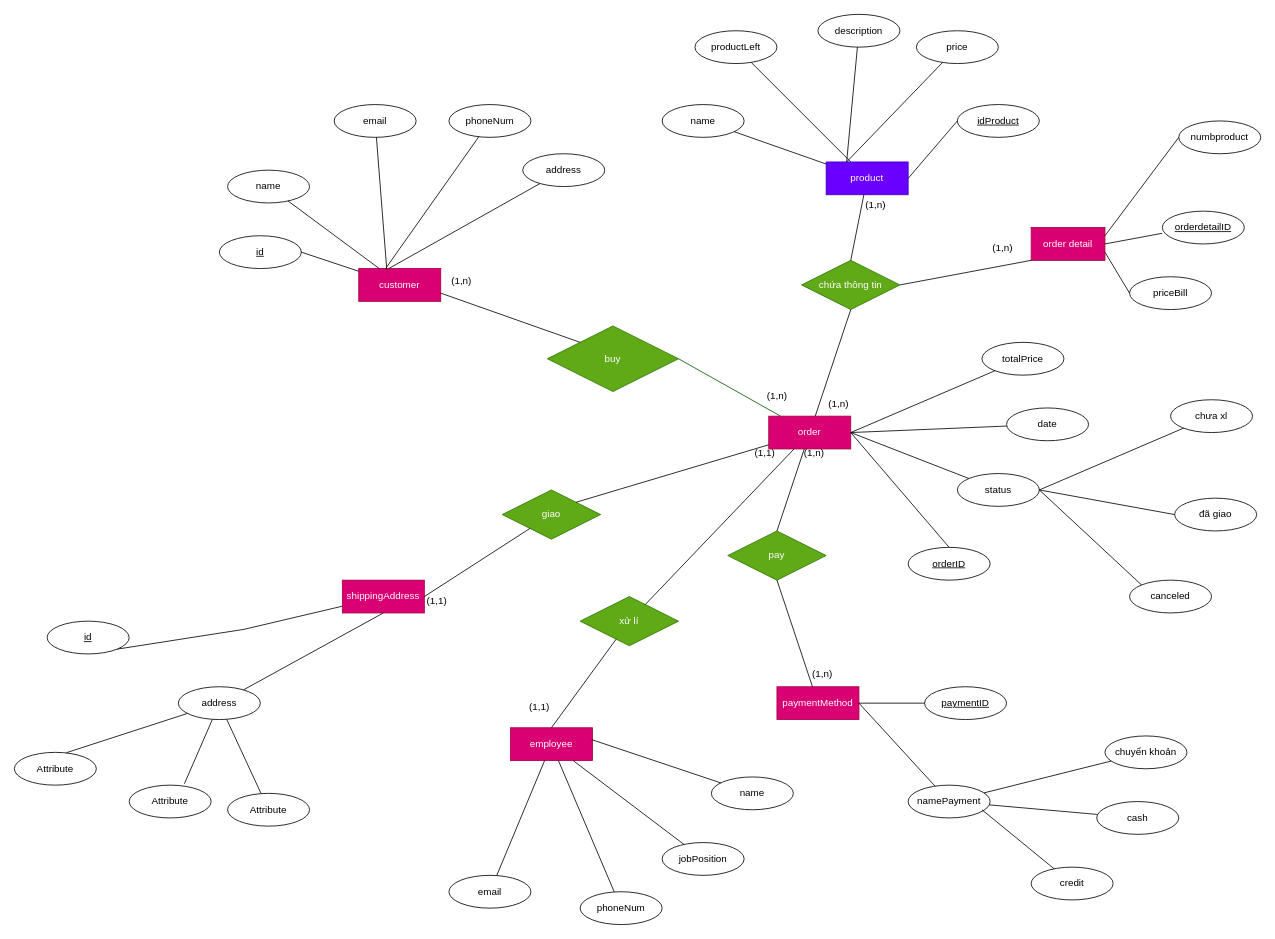
Earlier version of the draw.io diagram erd06.drawio (tiendat1631/erd_store). Source tidied: cells renumbered, new cells numbered last; positions are measured from the earlier drawing's top-left corner, leaving out a move shared by most shapes. Both pictures are drawn from the tidied source at 82%, with x=0, y=0 at pixel (14, 14).
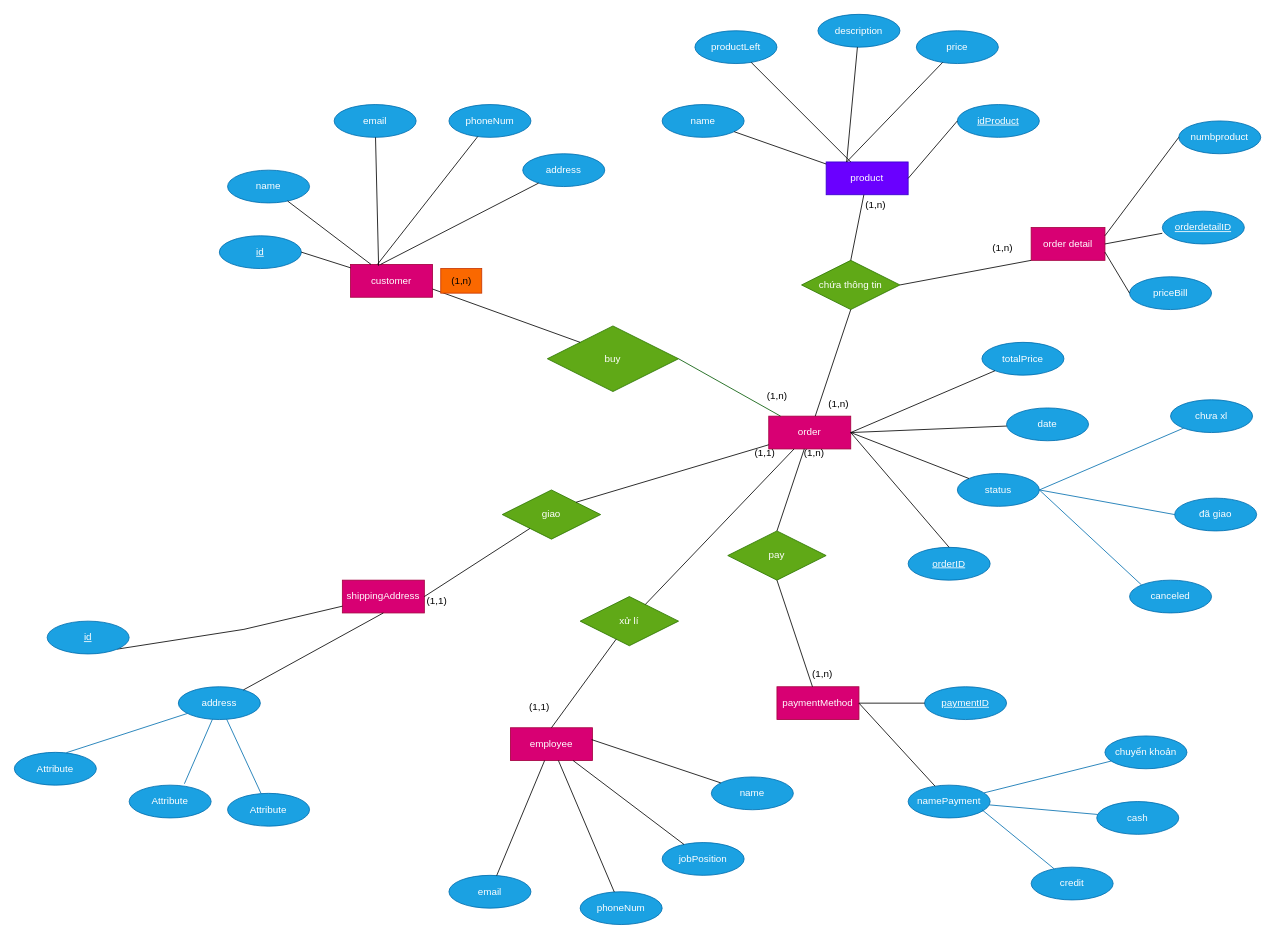
After the change.

What changed in the source:
```diff
@@
     <mxCell id="5" value="customer" style="whiteSpace=wrap;html=1;align=center;fillColor=#d80073;fontColor=#ffffff;strokeColor=#A50040;" parent="1" vertex="1">
-      <mxGeometry x="420" y="310" width="100" height="40" as="geometry" />
+      <mxGeometry x="410" y="305" width="100" height="40" as="geometry" />
     </mxCell>
@@
-    <mxCell id="9" value="id" style="ellipse;whiteSpace=wrap;html=1;align=center;fontStyle=4;" parent="1" vertex="1">
+    <mxCell id="9" value="id" style="ellipse;whiteSpace=wrap;html=1;align=center;fontStyle=4;fillColor=#1ba1e2;fontColor=#ffffff;strokeColor=#006EAF;" parent="1" vertex="1">
       <mxGeometry x="250" y="270" width="100" height="40" as="geometry" />
     </mxCell>
-    <mxCell id="10" value="phoneNum" style="ellipse;whiteSpace=wrap;html=1;align=center;" parent="1" vertex="1">
+    <mxCell id="10" value="phoneNum" style="ellipse;whiteSpace=wrap;html=1;align=center;fillColor=#1ba1e2;fontColor=#ffffff;strokeColor=#006EAF;" parent="1" vertex="1">
       <mxGeometry x="530" y="110" width="100" height="40" as="geometry" />
     </mxCell>
-    <mxCell id="11" value="name" style="ellipse;whiteSpace=wrap;html=1;align=center;" parent="1" vertex="1">
+    <mxCell id="11" value="name" style="ellipse;whiteSpace=wrap;html=1;align=center;fillColor=#1ba1e2;fontColor=#ffffff;strokeColor=#006EAF;" parent="1" vertex="1">
       <mxGeometry x="260" y="190" width="100" height="40" as="geometry" />
     </mxCell>
-    <mxCell id="12" value="email" style="ellipse;whiteSpace=wrap;html=1;align=center;" parent="1" vertex="1">
+    <mxCell id="12" value="email" style="ellipse;whiteSpace=wrap;html=1;align=center;fillColor=#1ba1e2;fontColor=#ffffff;strokeColor=#006EAF;" parent="1" vertex="1">
       <mxGeometry x="390" y="110" width="100" height="40" as="geometry" />
     </mxCell>
-    <mxCell id="13" value="address" style="ellipse;whiteSpace=wrap;html=1;align=center;" parent="1" vertex="1">
+    <mxCell id="13" value="address" style="ellipse;whiteSpace=wrap;html=1;align=center;fillColor=#1ba1e2;fontColor=#ffffff;strokeColor=#006EAF;" parent="1" vertex="1">
       <mxGeometry x="620" y="170" width="100" height="40" as="geometry" />
     </mxCell>
@@
-    <mxCell id="19" value="idProduct" style="ellipse;whiteSpace=wrap;html=1;align=center;fontStyle=4;" parent="1" vertex="1">
+    <mxCell id="19" value="idProduct" style="ellipse;whiteSpace=wrap;html=1;align=center;fontStyle=4;fillColor=#1ba1e2;fontColor=#ffffff;strokeColor=#006EAF;" parent="1" vertex="1">
       <mxGeometry x="1150" y="110" width="100" height="40" as="geometry" />
     </mxCell>
-    <mxCell id="20" value="price" style="ellipse;whiteSpace=wrap;html=1;align=center;" parent="1" vertex="1">
+    <mxCell id="20" value="price" style="ellipse;whiteSpace=wrap;html=1;align=center;fillColor=#1ba1e2;fontColor=#ffffff;strokeColor=#006EAF;" parent="1" vertex="1">
       <mxGeometry x="1100" y="20" width="100" height="40" as="geometry" />
     </mxCell>
-    <mxCell id="21" value="productLeft" style="ellipse;whiteSpace=wrap;html=1;align=center;" parent="1" vertex="1">
+    <mxCell id="21" value="productLeft" style="ellipse;whiteSpace=wrap;html=1;align=center;fillColor=#1ba1e2;fontColor=#ffffff;strokeColor=#006EAF;" parent="1" vertex="1">
       <mxGeometry x="830" y="20" width="100" height="40" as="geometry" />
     </mxCell>
-    <mxCell id="22" value="name" style="ellipse;whiteSpace=wrap;html=1;align=center;" parent="1" vertex="1">
+    <mxCell id="22" value="name" style="ellipse;whiteSpace=wrap;html=1;align=center;fillColor=#1ba1e2;fontColor=#ffffff;strokeColor=#006EAF;" parent="1" vertex="1">
       <mxGeometry x="790" y="110" width="100" height="40" as="geometry" />
     </mxCell>
-    <mxCell id="23" value="description" style="ellipse;whiteSpace=wrap;html=1;align=center;" parent="1" vertex="1">
+    <mxCell id="23" value="description" style="ellipse;whiteSpace=wrap;html=1;align=center;fillColor=#1ba1e2;fontColor=#ffffff;strokeColor=#006EAF;" parent="1" vertex="1">
       <mxGeometry x="980" width="100" height="40" as="geometry" />
     </mxCell>
@@
-    <mxCell id="29" value="orderID" style="ellipse;whiteSpace=wrap;html=1;align=center;fontStyle=4;" parent="1" vertex="1">
+    <mxCell id="29" value="orderID" style="ellipse;whiteSpace=wrap;html=1;align=center;fontStyle=4;fillColor=#1ba1e2;fontColor=#ffffff;strokeColor=#006EAF;" parent="1" vertex="1">
       <mxGeometry x="1090" y="650" width="100" height="40" as="geometry" />
     </mxCell>
-    <mxCell id="30" value="date" style="ellipse;whiteSpace=wrap;html=1;align=center;" parent="1" vertex="1">
+    <mxCell id="30" value="date" style="ellipse;whiteSpace=wrap;html=1;align=center;fillColor=#1ba1e2;fontColor=#ffffff;strokeColor=#006EAF;" parent="1" vertex="1">
       <mxGeometry x="1210" y="480" width="100" height="40" as="geometry" />
     </mxCell>
-    <mxCell id="31" value="status" style="ellipse;whiteSpace=wrap;html=1;align=center;" parent="1" vertex="1">
+    <mxCell id="31" value="status" style="ellipse;whiteSpace=wrap;html=1;align=center;fillColor=#1ba1e2;fontColor=#ffffff;strokeColor=#006EAF;" parent="1" vertex="1">
       <mxGeometry x="1150" y="560" width="100" height="40" as="geometry" />
     </mxCell>
-    <mxCell id="32" value="totalPrice" style="ellipse;whiteSpace=wrap;html=1;align=center;" parent="1" vertex="1">
+    <mxCell id="32" value="totalPrice" style="ellipse;whiteSpace=wrap;html=1;align=center;fillColor=#1ba1e2;fontColor=#ffffff;strokeColor=#006EAF;" parent="1" vertex="1">
       <mxGeometry x="1180" y="400" width="100" height="40" as="geometry" />
     </mxCell>
@@
-    <mxCell id="37" value="chưa xl" style="ellipse;whiteSpace=wrap;html=1;align=center;" parent="1" vertex="1">
+    <mxCell id="37" value="chưa xl" style="ellipse;whiteSpace=wrap;html=1;align=center;fillColor=#1ba1e2;fontColor=#ffffff;strokeColor=#006EAF;" parent="1" vertex="1">
       <mxGeometry x="1410" y="470" width="100" height="40" as="geometry" />
     </mxCell>
-    <mxCell id="38" value="canceled" style="ellipse;whiteSpace=wrap;html=1;align=center;" parent="1" vertex="1">
+    <mxCell id="38" value="canceled" style="ellipse;whiteSpace=wrap;html=1;align=center;fillColor=#1ba1e2;fontColor=#ffffff;strokeColor=#006EAF;" parent="1" vertex="1">
       <mxGeometry x="1360" y="690" width="100" height="40" as="geometry" />
     </mxCell>
-    <mxCell id="39" value="đã giao" style="ellipse;whiteSpace=wrap;html=1;align=center;" parent="1" vertex="1">
+    <mxCell id="39" value="đã giao" style="ellipse;whiteSpace=wrap;html=1;align=center;fillColor=#1ba1e2;fontColor=#ffffff;strokeColor=#006EAF;" parent="1" vertex="1">
       <mxGeometry x="1415" y="590" width="100" height="40" as="geometry" />
     </mxCell>
-    <mxCell id="40" style="endArrow=none;html=1;rounded=0;exitX=1;exitY=0.5;exitDx=0;exitDy=0;" parent="1" edge="1" source="31" target="37">
+    <mxCell id="40" style="endArrow=none;html=1;rounded=0;exitX=1;exitY=0.5;exitDx=0;exitDy=0;fillColor=#1ba1e2;strokeColor=#006EAF;" parent="1" edge="1" source="31" target="37">
       <mxGeometry relative="1" as="geometry" />
     </mxCell>
-    <mxCell id="41" style="endArrow=none;html=1;rounded=0;exitX=1;exitY=0.5;exitDx=0;exitDy=0;entryX=0;entryY=0;entryDx=0;entryDy=0;" parent="1" edge="1" source="31" target="38">
+    <mxCell id="41" style="endArrow=none;html=1;rounded=0;exitX=1;exitY=0.5;exitDx=0;exitDy=0;entryX=0;entryY=0;entryDx=0;entryDy=0;fillColor=#1ba1e2;strokeColor=#006EAF;" parent="1" edge="1" source="31" target="38">
       <mxGeometry relative="1" as="geometry" />
     </mxCell>
-    <mxCell id="42" style="endArrow=none;html=1;rounded=0;exitX=1;exitY=0.5;exitDx=0;exitDy=0;entryX=0;entryY=0.5;entryDx=0;entryDy=0;" parent="1" edge="1" source="31" target="39">
+    <mxCell id="42" style="endArrow=none;html=1;rounded=0;exitX=1;exitY=0.5;exitDx=0;exitDy=0;entryX=0;entryY=0.5;entryDx=0;entryDy=0;fillColor=#1ba1e2;strokeColor=#006EAF;" parent="1" edge="1" source="31" target="39">
       <mxGeometry relative="1" as="geometry" />
     </mxCell>
-    <mxCell id="43" value="paymentID" style="ellipse;whiteSpace=wrap;html=1;align=center;fontStyle=4;" parent="1" vertex="1">
+    <mxCell id="43" value="paymentID" style="ellipse;whiteSpace=wrap;html=1;align=center;fontStyle=4;fillColor=#1ba1e2;fontColor=#ffffff;strokeColor=#006EAF;" parent="1" vertex="1">
       <mxGeometry x="1110" y="820" width="100" height="40" as="geometry" />
     </mxCell>
-    <mxCell id="44" value="namePayment" style="ellipse;whiteSpace=wrap;html=1;align=center;" parent="1" vertex="1">
+    <mxCell id="44" value="namePayment" style="ellipse;whiteSpace=wrap;html=1;align=center;fillColor=#1ba1e2;fontColor=#ffffff;strokeColor=#006EAF;" parent="1" vertex="1">
       <mxGeometry x="1090" y="940" width="100" height="40" as="geometry" />
     </mxCell>
@@
-    <mxCell id="47" value="cash" style="ellipse;whiteSpace=wrap;html=1;align=center;" parent="1" vertex="1">
+    <mxCell id="47" value="cash" style="ellipse;whiteSpace=wrap;html=1;align=center;fillColor=#1ba1e2;fontColor=#ffffff;strokeColor=#006EAF;" parent="1" vertex="1">
       <mxGeometry x="1320" y="960" width="100" height="40" as="geometry" />
     </mxCell>
-    <mxCell id="48" value="chuyển khoản" style="ellipse;whiteSpace=wrap;html=1;align=center;" parent="1" vertex="1">
+    <mxCell id="48" value="chuyển khoản" style="ellipse;whiteSpace=wrap;html=1;align=center;fillColor=#1ba1e2;fontColor=#ffffff;strokeColor=#006EAF;" parent="1" vertex="1">
       <mxGeometry x="1330" y="880" width="100" height="40" as="geometry" />
     </mxCell>
-    <mxCell id="49" value="credit" style="ellipse;whiteSpace=wrap;html=1;align=center;" parent="1" vertex="1">
+    <mxCell id="49" value="credit" style="ellipse;whiteSpace=wrap;html=1;align=center;fillColor=#1ba1e2;fontColor=#ffffff;strokeColor=#006EAF;" parent="1" vertex="1">
       <mxGeometry x="1240" y="1040" width="100" height="40" as="geometry" />
     </mxCell>
-    <mxCell id="50" style="endArrow=none;html=1;rounded=0;" parent="1" edge="1" source="44" target="48">
+    <mxCell id="50" style="endArrow=none;html=1;rounded=0;fillColor=#1ba1e2;strokeColor=#006EAF;" parent="1" edge="1" source="44" target="48">
       <mxGeometry relative="1" as="geometry" />
     </mxCell>
-    <mxCell id="51" style="endArrow=none;html=1;rounded=0;" parent="1" edge="1" source="44" target="47">
+    <mxCell id="51" style="endArrow=none;html=1;rounded=0;fillColor=#1ba1e2;strokeColor=#006EAF;" parent="1" edge="1" source="44" target="47">
       <mxGeometry relative="1" as="geometry" />
     </mxCell>
-    <mxCell id="52" style="endArrow=none;html=1;rounded=0;" parent="1" edge="1" target="49">
+    <mxCell id="52" style="endArrow=none;html=1;rounded=0;fillColor=#1ba1e2;strokeColor=#006EAF;" parent="1" edge="1" target="49">
       <mxGeometry relative="1" as="geometry">
         <mxPoint x="1180" y="970" as="sourcePoint" />
       </mxGeometry>
     </mxCell>
-    <mxCell id="53" value="name" style="ellipse;whiteSpace=wrap;html=1;align=center;" parent="1" vertex="1">
+    <mxCell id="53" value="name" style="ellipse;whiteSpace=wrap;html=1;align=center;fillColor=#1ba1e2;fontColor=#ffffff;strokeColor=#006EAF;" parent="1" vertex="1">
       <mxGeometry x="850" y="930" width="100" height="40" as="geometry" />
     </mxCell>
-    <mxCell id="54" value="jobPosition" style="ellipse;whiteSpace=wrap;html=1;align=center;" parent="1" vertex="1">
+    <mxCell id="54" value="jobPosition" style="ellipse;whiteSpace=wrap;html=1;align=center;fillColor=#1ba1e2;fontColor=#ffffff;strokeColor=#006EAF;" parent="1" vertex="1">
       <mxGeometry x="790" y="1010" width="100" height="40" as="geometry" />
     </mxCell>
-    <mxCell id="55" value="phoneNum" style="ellipse;whiteSpace=wrap;html=1;align=center;" parent="1" vertex="1">
+    <mxCell id="55" value="phoneNum" style="ellipse;whiteSpace=wrap;html=1;align=center;fillColor=#1ba1e2;fontColor=#ffffff;strokeColor=#006EAF;" parent="1" vertex="1">
       <mxGeometry x="690" y="1070" width="100" height="40" as="geometry" />
     </mxCell>
-    <mxCell id="56" value="email" style="ellipse;whiteSpace=wrap;html=1;align=center;" parent="1" vertex="1">
+    <mxCell id="56" value="email" style="ellipse;whiteSpace=wrap;html=1;align=center;fillColor=#1ba1e2;fontColor=#ffffff;strokeColor=#006EAF;" parent="1" vertex="1">
       <mxGeometry x="530" y="1050" width="100" height="40" as="geometry" />
     </mxCell>
@@
-    <mxCell id="61" value="Attribute" style="ellipse;whiteSpace=wrap;html=1;align=center;" parent="1" vertex="1">
+    <mxCell id="61" value="Attribute" style="ellipse;whiteSpace=wrap;html=1;align=center;fillColor=#1ba1e2;fontColor=#ffffff;strokeColor=#006EAF;" parent="1" vertex="1">
       <mxGeometry x="260" y="950" width="100" height="40" as="geometry" />
     </mxCell>
-    <mxCell id="62" value="Attribute" style="ellipse;whiteSpace=wrap;html=1;align=center;" parent="1" vertex="1">
+    <mxCell id="62" value="Attribute" style="ellipse;whiteSpace=wrap;html=1;align=center;fillColor=#1ba1e2;fontColor=#ffffff;strokeColor=#006EAF;" parent="1" vertex="1">
       <mxGeometry y="900" width="100" height="40" as="geometry" />
     </mxCell>
-    <mxCell id="63" value="address" style="ellipse;whiteSpace=wrap;html=1;align=center;" parent="1" vertex="1">
+    <mxCell id="63" value="address" style="ellipse;whiteSpace=wrap;html=1;align=center;fillColor=#1ba1e2;fontColor=#ffffff;strokeColor=#006EAF;" parent="1" vertex="1">
       <mxGeometry x="200" y="820" width="100" height="40" as="geometry" />
     </mxCell>
@@
-    <mxCell id="65" value="id" style="ellipse;whiteSpace=wrap;html=1;align=center;fontStyle=4;" parent="1" vertex="1">
+    <mxCell id="65" value="id" style="ellipse;whiteSpace=wrap;html=1;align=center;fontStyle=4;fillColor=#1ba1e2;fontColor=#ffffff;strokeColor=#006EAF;" parent="1" vertex="1">
       <mxGeometry x="40" y="740" width="100" height="40" as="geometry" />
     </mxCell>
@@
-    <mxCell id="67" style="endArrow=none;html=1;rounded=0;exitX=0.634;exitY=0.011;exitDx=0;exitDy=0;exitPerimeter=0;" parent="1" edge="1" source="62" target="63">
+    <mxCell id="67" style="endArrow=none;html=1;rounded=0;exitX=0.634;exitY=0.011;exitDx=0;exitDy=0;exitPerimeter=0;fillColor=#1ba1e2;strokeColor=#006EAF;" parent="1" edge="1" source="62" target="63">
       <mxGeometry relative="1" as="geometry" />
     </mxCell>
-    <mxCell id="68" style="endArrow=none;html=1;rounded=0;" parent="1" edge="1" source="63" target="61">
+    <mxCell id="68" style="endArrow=none;html=1;rounded=0;fillColor=#1ba1e2;strokeColor=#006EAF;" parent="1" edge="1" source="63" target="61">
       <mxGeometry relative="1" as="geometry" />
     </mxCell>
-    <mxCell id="69" value="Attribute" style="ellipse;whiteSpace=wrap;html=1;align=center;" parent="1" vertex="1">
+    <mxCell id="69" value="Attribute" style="ellipse;whiteSpace=wrap;html=1;align=center;fillColor=#1ba1e2;fontColor=#ffffff;strokeColor=#006EAF;" parent="1" vertex="1">
       <mxGeometry x="140" y="940" width="100" height="40" as="geometry" />
     </mxCell>
-    <mxCell id="70" style="endArrow=none;html=1;rounded=0;exitX=0.674;exitY=-0.043;exitDx=0;exitDy=0;exitPerimeter=0;" parent="1" edge="1" source="69" target="63">
+    <mxCell id="70" style="endArrow=none;html=1;rounded=0;exitX=0.674;exitY=-0.043;exitDx=0;exitDy=0;exitPerimeter=0;fillColor=#1ba1e2;strokeColor=#006EAF;" parent="1" edge="1" source="69" target="63">
       <mxGeometry relative="1" as="geometry" />
     </mxCell>
@@
-    <mxCell id="75" value="priceBill" style="ellipse;whiteSpace=wrap;html=1;align=center;" parent="1" vertex="1">
+    <mxCell id="75" value="priceBill" style="ellipse;whiteSpace=wrap;html=1;align=center;fillColor=#1ba1e2;fontColor=#ffffff;strokeColor=#006EAF;" parent="1" vertex="1">
       <mxGeometry x="1360" y="320" width="100" height="40" as="geometry" />
     </mxCell>
-    <mxCell id="76" value="orderdetailID" style="ellipse;whiteSpace=wrap;html=1;align=center;fontStyle=4;" parent="1" vertex="1">
+    <mxCell id="76" value="orderdetailID" style="ellipse;whiteSpace=wrap;html=1;align=center;fontStyle=4;fillColor=#1ba1e2;fontColor=#ffffff;strokeColor=#006EAF;" parent="1" vertex="1">
       <mxGeometry x="1400" y="240" width="100" height="40" as="geometry" />
     </mxCell>
-    <mxCell id="77" value="numbproduct" style="ellipse;whiteSpace=wrap;html=1;align=center;" parent="1" vertex="1">
+    <mxCell id="77" value="numbproduct" style="ellipse;whiteSpace=wrap;html=1;align=center;fillColor=#1ba1e2;fontColor=#ffffff;strokeColor=#006EAF;" parent="1" vertex="1">
       <mxGeometry x="1420" y="130" width="100" height="40" as="geometry" />
     </mxCell>
@@
-    <mxCell id="84" value="(1,n)" style="text;html=1;align=center;verticalAlign=middle;strokeColor=none;fillColor=none;" parent="1" vertex="1">
+    <mxCell id="84" value="(1,n)" style="text;html=1;align=center;verticalAlign=middle;strokeColor=#C73500;fillColor=#fa6800;fontColor=#000000;" parent="1" vertex="1">
       <mxGeometry x="520" y="310" width="50" height="30" as="geometry" />
     </mxCell>
```
